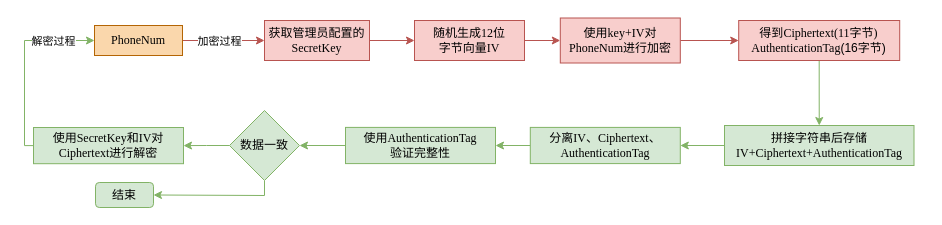
DingDongZz/typera_PicGO keeps this draw.io diagram as DrawIO_file/流程图/AES加密流程图.drawio. Above is the earlier version. Source tidied: cells renumbered, new cells numbered last; positions are measured from the earlier drawing's top-left corner, leaving out a move shared by most shapes. Both pictures are drawn from the tidied source at 100%, with x=0, y=0 at pixel (24, 17).
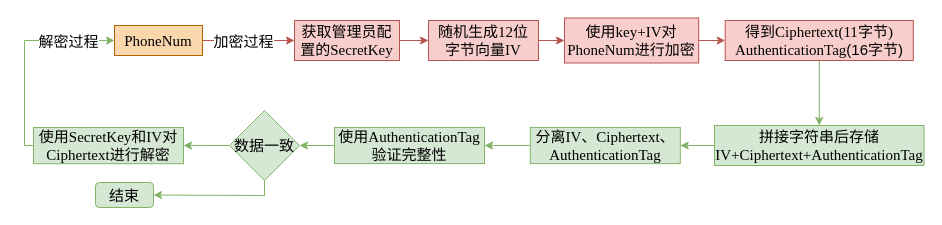
The same page after the edit.

Commit message:
更新AES加密流程图.drawio

What changed in the source:
```diff
@@
-    <mxCell id="2" style="edgeStyle=orthogonalEdgeStyle;rounded=0;jettySize=auto;html=1;entryX=0;entryY=0.5;entryDx=0;entryDy=0;fillColor=#f8cecc;strokeColor=#b85450;fontFamily=宋体;" parent="1" edge="1" source="4" target="6">
+    <mxCell id="2" style="edgeStyle=orthogonalEdgeStyle;rounded=0;jettySize=auto;html=1;entryX=0;entryY=0.5;entryDx=0;entryDy=0;fillColor=#f8cecc;strokeColor=#b85450;fontFamily=宋体;fontSize=15;" parent="1" edge="1" source="4" target="6">
       <mxGeometry relative="1" as="geometry" />
     </mxCell>
-    <mxCell id="3" value="加密过程" style="edgeLabel;html=1;align=center;verticalAlign=middle;fontFamily=宋体;" parent="2" vertex="1">
+    <mxCell id="3" value="加密过程" style="edgeLabel;html=1;align=center;verticalAlign=middle;fontFamily=宋体;fontSize=15;" parent="2" vertex="1">
       <mxGeometry x="-0.13" y="3" relative="1" as="geometry">
         <mxPoint y="3" as="offset" />
       </mxGeometry>
     </mxCell>
-    <mxCell id="4" value="&lt;font face=&quot;Times New Roman&quot;&gt;PhoneNum&lt;/font&gt;" style="rounded=0;whiteSpace=wrap;html=1;fillColor=#fad7ac;strokeColor=#b46504;fontFamily=宋体;" parent="1" vertex="1">
-      <mxGeometry x="70" y="8" width="88" height="30" as="geometry" />
+    <mxCell id="4" value="&lt;font face=&quot;Times New Roman&quot;&gt;PhoneNum&lt;/font&gt;" style="rounded=0;whiteSpace=wrap;html=1;fillColor=#fad7ac;strokeColor=#b46504;fontFamily=宋体;fontSize=15;" parent="1" vertex="1">
+      <mxGeometry x="90" y="8" width="88" height="30" as="geometry" />
     </mxCell>
-    <mxCell id="5" style="edgeStyle=orthogonalEdgeStyle;rounded=0;jettySize=auto;html=1;entryX=0;entryY=0.5;entryDx=0;entryDy=0;fillColor=#f8cecc;strokeColor=#b85450;fontFamily=宋体;" parent="1" edge="1" source="6" target="8">
+    <mxCell id="5" style="edgeStyle=orthogonalEdgeStyle;rounded=0;jettySize=auto;html=1;entryX=0;entryY=0.5;entryDx=0;entryDy=0;fillColor=#f8cecc;strokeColor=#b85450;fontFamily=宋体;fontSize=15;" parent="1" edge="1" source="6" target="8">
       <mxGeometry relative="1" as="geometry" />
     </mxCell>
-    <mxCell id="6" value="获取管理员配置的&lt;font face=&quot;Times New Roman&quot;&gt;SecretKey&lt;/font&gt;" style="rounded=0;whiteSpace=wrap;html=1;fillColor=#f8cecc;strokeColor=#b85450;fontFamily=宋体;" parent="1" vertex="1">
-      <mxGeometry x="240" y="3" width="105" height="40" as="geometry" />
+    <mxCell id="6" value="获取管理员配置的&lt;font face=&quot;Times New Roman&quot;&gt;SecretKey&lt;/font&gt;" style="rounded=0;whiteSpace=wrap;html=1;fillColor=#f8cecc;strokeColor=#b85450;fontFamily=宋体;fontSize=15;" parent="1" vertex="1">
+      <mxGeometry x="270" y="3" width="105" height="40" as="geometry" />
     </mxCell>
-    <mxCell id="7" style="edgeStyle=orthogonalEdgeStyle;rounded=0;jettySize=auto;html=1;entryX=0;entryY=0.5;entryDx=0;entryDy=0;fillColor=#f8cecc;strokeColor=#b85450;fontFamily=宋体;" parent="1" edge="1" source="8" target="10">
+    <mxCell id="7" style="edgeStyle=orthogonalEdgeStyle;rounded=0;jettySize=auto;html=1;entryX=0;entryY=0.5;entryDx=0;entryDy=0;fillColor=#f8cecc;strokeColor=#b85450;fontFamily=宋体;fontSize=15;" parent="1" edge="1" source="8" target="10">
       <mxGeometry relative="1" as="geometry" />
     </mxCell>
-    <mxCell id="8" value="随机生成&lt;font face=&quot;Times New Roman&quot;&gt;12&lt;/font&gt;位&lt;br&gt;字节向量&lt;font face=&quot;Times New Roman&quot;&gt;IV&lt;/font&gt;" style="rounded=0;whiteSpace=wrap;html=1;fillColor=#f8cecc;strokeColor=#b85450;fontFamily=宋体;" parent="1" vertex="1">
-      <mxGeometry x="390" y="3" width="110" height="40" as="geometry" />
+    <mxCell id="8" value="随机生成&lt;font face=&quot;Times New Roman&quot;&gt;12&lt;/font&gt;位&lt;br&gt;字节向量&lt;font face=&quot;Times New Roman&quot;&gt;IV&lt;/font&gt;" style="rounded=0;whiteSpace=wrap;html=1;fillColor=#f8cecc;strokeColor=#b85450;fontFamily=宋体;fontSize=15;" parent="1" vertex="1">
+      <mxGeometry x="404" y="3" width="110" height="40" as="geometry" />
     </mxCell>
-    <mxCell id="9" style="edgeStyle=orthogonalEdgeStyle;rounded=0;jettySize=auto;html=1;entryX=0;entryY=0.5;entryDx=0;entryDy=0;fillColor=#f8cecc;strokeColor=#b85450;fontFamily=宋体;" parent="1" edge="1" source="10" target="12">
+    <mxCell id="9" style="edgeStyle=orthogonalEdgeStyle;rounded=0;jettySize=auto;html=1;entryX=0;entryY=0.5;entryDx=0;entryDy=0;fillColor=#f8cecc;strokeColor=#b85450;fontFamily=宋体;fontSize=15;" parent="1" edge="1" source="10" target="12">
       <mxGeometry relative="1" as="geometry" />
     </mxCell>
-    <mxCell id="10" value="使用&lt;font face=&quot;Times New Roman&quot;&gt;key+IV&lt;/font&gt;对&lt;font face=&quot;Times New Roman&quot;&gt;PhoneNum&lt;/font&gt;进行加密" style="rounded=0;whiteSpace=wrap;html=1;fillColor=#f8cecc;strokeColor=#b85450;fontFamily=宋体;" parent="1" vertex="1">
-      <mxGeometry x="535.8" y="0.5" width="120" height="45" as="geometry" />
+    <mxCell id="10" value="使用&lt;font face=&quot;Times New Roman&quot;&gt;key+IV&lt;/font&gt;对&lt;font face=&quot;Times New Roman&quot;&gt;PhoneNum&lt;/font&gt;进行加密" style="rounded=0;whiteSpace=wrap;html=1;fillColor=#f8cecc;strokeColor=#b85450;fontFamily=宋体;fontSize=15;" parent="1" vertex="1">
+      <mxGeometry x="540" y="0.5" width="134.2" height="45" as="geometry" />
     </mxCell>
-    <mxCell id="11" style="edgeStyle=orthogonalEdgeStyle;rounded=0;jettySize=auto;html=1;entryX=0.5;entryY=0;entryDx=0;entryDy=0;fillColor=#d5e8d4;strokeColor=#82b366;fontFamily=宋体;" parent="1" edge="1" source="12" target="14">
+    <mxCell id="11" style="edgeStyle=orthogonalEdgeStyle;rounded=0;jettySize=auto;html=1;entryX=0.5;entryY=0;entryDx=0;entryDy=0;fillColor=#d5e8d4;strokeColor=#82b366;fontFamily=宋体;fontSize=15;" parent="1" edge="1" source="12" target="14">
       <mxGeometry relative="1" as="geometry" />
     </mxCell>
-    <mxCell id="12" value="得到&lt;font face=&quot;Times New Roman&quot;&gt;Ciphertext(11&lt;/font&gt;字节&lt;font face=&quot;Times New Roman&quot;&gt;)&lt;/font&gt;&lt;br&gt;&lt;font face=&quot;Times New Roman&quot;&gt;AuthenticationTag&lt;/font&gt;(16字节)" style="rounded=0;whiteSpace=wrap;html=1;fillColor=#f8cecc;strokeColor=#b85450;fontFamily=宋体;" parent="1" vertex="1">
-      <mxGeometry x="714.2" y="3" width="161" height="40" as="geometry" />
+    <mxCell id="12" value="得到&lt;font face=&quot;Times New Roman&quot;&gt;Ciphertext(11&lt;/font&gt;字节&lt;font face=&quot;Times New Roman&quot;&gt;)&lt;/font&gt;&lt;br&gt;&lt;font face=&quot;Times New Roman&quot;&gt;AuthenticationTag&lt;/font&gt;(16字节)" style="rounded=0;whiteSpace=wrap;html=1;fillColor=#f8cecc;strokeColor=#b85450;fontFamily=宋体;fontSize=15;" parent="1" vertex="1">
+      <mxGeometry x="700.7" y="3" width="188.1" height="40" as="geometry" />
     </mxCell>
-    <mxCell id="13" style="edgeStyle=orthogonalEdgeStyle;rounded=0;jettySize=auto;html=1;entryX=1;entryY=0.5;entryDx=0;entryDy=0;fillColor=#d5e8d4;strokeColor=#82b366;fontFamily=宋体;" parent="1" edge="1" source="14" target="16">
+    <mxCell id="13" style="edgeStyle=orthogonalEdgeStyle;rounded=0;jettySize=auto;html=1;entryX=1;entryY=0.5;entryDx=0;entryDy=0;fillColor=#d5e8d4;strokeColor=#82b366;fontFamily=宋体;fontSize=15;" parent="1" edge="1" source="14" target="16">
       <mxGeometry relative="1" as="geometry" />
     </mxCell>
-    <mxCell id="14" value="拼接字符串后存储&lt;font face=&quot;Times New Roman&quot;&gt;IV+Ciphertext+AuthenticationTag&lt;/font&gt;" style="rounded=0;whiteSpace=wrap;html=1;fillColor=#d5e8d4;strokeColor=#82b366;fontFamily=宋体;" parent="1" vertex="1">
-      <mxGeometry x="700" y="108" width="189.5" height="40" as="geometry" />
+    <mxCell id="14" value="拼接字符串后存储&lt;font face=&quot;Times New Roman&quot;&gt;IV+Ciphertext+AuthenticationTag&lt;/font&gt;" style="rounded=0;whiteSpace=wrap;html=1;fillColor=#d5e8d4;strokeColor=#82b366;fontFamily=宋体;fontSize=15;" parent="1" vertex="1">
+      <mxGeometry x="690" y="108" width="209.5" height="40" as="geometry" />
     </mxCell>
-    <mxCell id="15" style="edgeStyle=orthogonalEdgeStyle;rounded=0;jettySize=auto;html=1;entryX=1;entryY=0.5;entryDx=0;entryDy=0;fillColor=#d5e8d4;strokeColor=#82b366;fontFamily=宋体;" parent="1" edge="1" source="16" target="21">
+    <mxCell id="15" style="edgeStyle=orthogonalEdgeStyle;rounded=0;jettySize=auto;html=1;entryX=1;entryY=0.5;entryDx=0;entryDy=0;fillColor=#d5e8d4;strokeColor=#82b366;fontFamily=宋体;fontSize=15;" parent="1" edge="1" source="16" target="21">
       <mxGeometry relative="1" as="geometry" />
     </mxCell>
-    <mxCell id="16" value="分离&lt;font face=&quot;Times New Roman&quot;&gt;IV、Ciphertext、AuthenticationTag&lt;/font&gt;" style="rounded=0;whiteSpace=wrap;html=1;fillColor=#d5e8d4;strokeColor=#82b366;fontFamily=宋体;" parent="1" vertex="1">
+    <mxCell id="16" value="分离&lt;font face=&quot;Times New Roman&quot;&gt;IV、Ciphertext、AuthenticationTag&lt;/font&gt;" style="rounded=0;whiteSpace=wrap;html=1;fillColor=#d5e8d4;strokeColor=#82b366;fontFamily=宋体;fontSize=15;" parent="1" vertex="1">
       <mxGeometry x="505.8" y="109.9" width="150" height="36.2" as="geometry" />
     </mxCell>
-    <mxCell id="17" style="edgeStyle=orthogonalEdgeStyle;rounded=0;jettySize=auto;html=1;entryX=0;entryY=0.5;entryDx=0;entryDy=0;fillColor=#d5e8d4;strokeColor=#82b366;fontFamily=宋体;" parent="1" edge="1" source="19" target="4">
+    <mxCell id="17" style="edgeStyle=orthogonalEdgeStyle;rounded=0;jettySize=auto;html=1;entryX=0;entryY=0.5;entryDx=0;entryDy=0;fillColor=#d5e8d4;strokeColor=#82b366;fontFamily=宋体;fontSize=15;" parent="1" edge="1" source="19" target="4">
       <mxGeometry relative="1" as="geometry">
         <Array as="points">
           <mxPoint y="128" />
           <mxPoint y="23" />
         </Array>
       </mxGeometry>
     </mxCell>
-    <mxCell id="18" value="解密过程" style="edgeLabel;html=1;align=center;verticalAlign=middle;fontFamily=宋体;" parent="17" vertex="1">
+    <mxCell id="18" value="解密过程" style="edgeLabel;html=1;align=center;verticalAlign=middle;fontFamily=宋体;fontSize=15;" parent="17" vertex="1">
       <mxGeometry x="0.55" relative="1" as="geometry" />
     </mxCell>
-    <mxCell id="19" value="使用&lt;font face=&quot;Times New Roman&quot;&gt;SecretKey&lt;/font&gt;和&lt;font face=&quot;Times New Roman&quot;&gt;IV&lt;/font&gt;对&lt;font face=&quot;Times New Roman&quot;&gt;Ciphertext&lt;/font&gt;进行解密" style="rounded=0;whiteSpace=wrap;html=1;fillColor=#d5e8d4;strokeColor=#82b366;fontFamily=宋体;" parent="1" vertex="1">
+    <mxCell id="19" value="使用&lt;font face=&quot;Times New Roman&quot;&gt;SecretKey&lt;/font&gt;和&lt;font face=&quot;Times New Roman&quot;&gt;IV&lt;/font&gt;对&lt;font face=&quot;Times New Roman&quot;&gt;Ciphertext&lt;/font&gt;进行解密" style="rounded=0;whiteSpace=wrap;html=1;fillColor=#d5e8d4;strokeColor=#82b366;fontFamily=宋体;fontSize=15;" parent="1" vertex="1">
       <mxGeometry x="9" y="110" width="150" height="36.2" as="geometry" />
     </mxCell>
-    <mxCell id="20" style="edgeStyle=orthogonalEdgeStyle;rounded=0;jettySize=auto;html=1;entryX=1;entryY=0.5;entryDx=0;entryDy=0;fillColor=#d5e8d4;strokeColor=#82b366;fontFamily=宋体;" parent="1" edge="1" source="21" target="24">
+    <mxCell id="20" style="edgeStyle=orthogonalEdgeStyle;rounded=0;jettySize=auto;html=1;entryX=1;entryY=0.5;entryDx=0;entryDy=0;fillColor=#d5e8d4;strokeColor=#82b366;fontFamily=宋体;fontSize=15;" parent="1" edge="1" source="21" target="24">
       <mxGeometry relative="1" as="geometry" />
     </mxCell>
-    <mxCell id="21" value="使用&lt;font face=&quot;Times New Roman&quot;&gt;AuthenticationTag&lt;/font&gt;&lt;br&gt;验证完整性" style="rounded=0;whiteSpace=wrap;html=1;fillColor=#d5e8d4;strokeColor=#82b366;fontFamily=宋体;" parent="1" vertex="1">
-      <mxGeometry x="321" y="109.9" width="150" height="36.2" as="geometry" />
+    <mxCell id="21" value="使用&lt;font face=&quot;Times New Roman&quot;&gt;AuthenticationTag&lt;/font&gt;&lt;br&gt;验证完整性" style="rounded=0;whiteSpace=wrap;html=1;fillColor=#d5e8d4;strokeColor=#82b366;fontFamily=宋体;fontSize=15;" parent="1" vertex="1">
+      <mxGeometry x="310" y="109.9" width="150" height="36.2" as="geometry" />
     </mxCell>
-    <mxCell id="22" style="edgeStyle=orthogonalEdgeStyle;rounded=0;jettySize=auto;html=1;entryX=1;entryY=0.5;entryDx=0;entryDy=0;fillColor=#d5e8d4;strokeColor=#82b366;fontFamily=宋体;" parent="1" edge="1" source="24" target="19">
+    <mxCell id="22" style="edgeStyle=orthogonalEdgeStyle;rounded=0;jettySize=auto;html=1;entryX=1;entryY=0.5;entryDx=0;entryDy=0;fillColor=#d5e8d4;strokeColor=#82b366;fontFamily=宋体;fontSize=15;" parent="1" edge="1" source="24" target="19">
       <mxGeometry relative="1" as="geometry" />
     </mxCell>
-    <mxCell id="23" style="rounded=0;jettySize=auto;html=1;entryX=1;entryY=0.5;entryDx=0;entryDy=0;fillColor=#d5e8d4;strokeColor=#82b366;fontFamily=宋体;" parent="1" edge="1" source="24" target="25">
+    <mxCell id="23" style="rounded=0;jettySize=auto;html=1;entryX=1;entryY=0.5;entryDx=0;entryDy=0;fillColor=#d5e8d4;strokeColor=#82b366;fontFamily=宋体;fontSize=15;" parent="1" edge="1" source="24" target="25">
       <mxGeometry relative="1" as="geometry">
         <Array as="points">
           <mxPoint x="240" y="178" />
         </Array>
       </mxGeometry>
     </mxCell>
-    <mxCell id="24" value="数据一致" style="rhombus;whiteSpace=wrap;html=1;fillColor=#d5e8d4;strokeColor=#82b366;fontFamily=宋体;" parent="1" vertex="1">
+    <mxCell id="24" value="数据一致" style="rhombus;whiteSpace=wrap;html=1;fillColor=#d5e8d4;strokeColor=#82b366;fontFamily=宋体;fontSize=15;" parent="1" vertex="1">
       <mxGeometry x="205" y="93" width="70" height="70" as="geometry" />
     </mxCell>
-    <mxCell id="25" value="结束" style="rounded=1;whiteSpace=wrap;html=1;fillColor=#d5e8d4;strokeColor=#82b366;fontFamily=宋体;" parent="1" vertex="1">
+    <mxCell id="25" value="结束" style="rounded=1;whiteSpace=wrap;html=1;fillColor=#d5e8d4;strokeColor=#82b366;fontFamily=宋体;fontSize=15;" parent="1" vertex="1">
       <mxGeometry x="71" y="165" width="58" height="25" as="geometry" />
     </mxCell>
```
